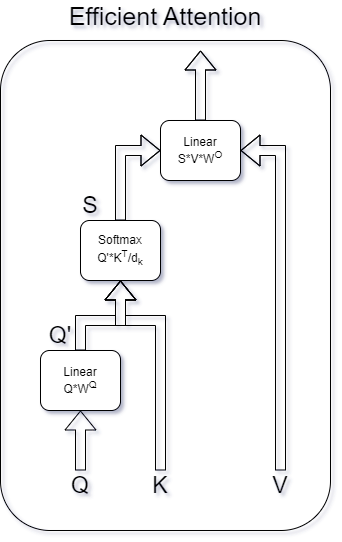
RiccardoBravin/tiny-LLM keeps this draw.io diagram as Images/Efficient Attention.drawio.png. Above is the earlier version. Source tidied: cells renumbered, new cells last; positions are measured from the earlier drawing's top-left corner, leaving out a move shared by most shapes. Source of this version:
```xml
<mxGraphModel>
  <root>
    <mxCell id="0" />
    <mxCell id="1" parent="0" />
    <mxCell id="2" style="shape=flexArrow;endArrow=classic;html=1;rounded=0;" parent="1" edge="1" source="12">
      <mxGeometry relative="1" as="geometry">
        <mxPoint x="80" y="390" as="targetPoint" />
      </mxGeometry>
    </mxCell>
    <mxCell id="3" style="shape=flexArrow;endArrow=classic;html=1;rounded=0;entryX=0.5;entryY=1;entryDx=0;entryDy=0;" parent="1" edge="1" target="9">
      <mxGeometry relative="1" as="geometry">
        <mxPoint x="160" y="470" as="sourcePoint" />
        <Array as="points">
          <mxPoint x="160" y="320" />
          <mxPoint x="120" y="320" />
        </Array>
      </mxGeometry>
    </mxCell>
    <mxCell id="4" style="shape=flexArrow;endArrow=classic;html=1;rounded=0;entryX=1;entryY=0.5;entryDx=0;entryDy=0;" parent="1" edge="1" target="14">
      <mxGeometry relative="1" as="geometry">
        <mxPoint x="280" y="470" as="sourcePoint" />
        <Array as="points">
          <mxPoint x="280" y="150" />
        </Array>
      </mxGeometry>
    </mxCell>
    <mxCell id="5" value="&lt;font style=&quot;font-size: 23px;&quot;&gt;Q&lt;/font&gt;" style="text;html=1;align=center;verticalAlign=middle;whiteSpace=wrap;rounded=0;" parent="1" vertex="1">
      <mxGeometry x="60" y="470" width="40" height="30" as="geometry" />
    </mxCell>
    <mxCell id="6" value="&lt;font style=&quot;font-size: 23px;&quot;&gt;K&lt;/font&gt;" style="text;html=1;align=center;verticalAlign=middle;whiteSpace=wrap;rounded=0;" parent="1" vertex="1">
      <mxGeometry x="140" y="470" width="40" height="30" as="geometry" />
    </mxCell>
    <mxCell id="7" value="&lt;font style=&quot;font-size: 23px;&quot;&gt;V&lt;/font&gt;" style="text;html=1;align=center;verticalAlign=middle;whiteSpace=wrap;rounded=0;" parent="1" vertex="1">
      <mxGeometry x="260" y="470" width="40" height="30" as="geometry" />
    </mxCell>
    <mxCell id="8" style="edgeStyle=orthogonalEdgeStyle;rounded=0;jettySize=auto;html=1;entryX=0;entryY=0.5;entryDx=0;entryDy=0;shape=flexArrow;" parent="1" edge="1" source="9" target="14">
      <mxGeometry relative="1" as="geometry" />
    </mxCell>
    <mxCell id="9" value="&lt;font style=&quot;font-size: 12px;&quot;&gt;Softmax&lt;br&gt;Q'*K&lt;sup&gt;T&lt;/sup&gt;&lt;span style=&quot;background-color: initial;&quot;&gt;&lt;font style=&quot;font-size: 12px;&quot;&gt;/d&lt;sub style=&quot;&quot;&gt;k&lt;/sub&gt;&lt;/font&gt;&lt;/span&gt;&lt;/font&gt;" style="rounded=1;whiteSpace=wrap;html=1;" parent="1" vertex="1">
      <mxGeometry x="80" y="220" width="80" height="60" as="geometry" />
    </mxCell>
    <mxCell id="10" style="shape=flexArrow;endArrow=classic;html=1;rounded=0;" parent="1" edge="1" target="12">
      <mxGeometry relative="1" as="geometry">
        <mxPoint x="80" y="470" as="sourcePoint" />
      </mxGeometry>
    </mxCell>
    <mxCell id="11" style="edgeStyle=orthogonalEdgeStyle;rounded=0;jettySize=auto;html=1;entryX=0.5;entryY=1;entryDx=0;entryDy=0;shape=flexArrow;" parent="1" edge="1" source="12" target="9">
      <mxGeometry relative="1" as="geometry">
        <Array as="points">
          <mxPoint x="80" y="320" />
          <mxPoint x="120" y="320" />
        </Array>
      </mxGeometry>
    </mxCell>
    <mxCell id="12" value="Linear&lt;br&gt;Q*W&lt;sup&gt;Q&lt;/sup&gt;" style="rounded=1;whiteSpace=wrap;html=1;" parent="1" vertex="1">
      <mxGeometry x="40" y="350" width="80" height="60" as="geometry" />
    </mxCell>
    <mxCell id="13" style="edgeStyle=orthogonalEdgeStyle;rounded=0;jettySize=auto;html=1;shape=flexArrow;" parent="1" edge="1" source="14">
      <mxGeometry relative="1" as="geometry">
        <mxPoint x="200" y="50" as="targetPoint" />
      </mxGeometry>
    </mxCell>
    <mxCell id="14" value="Linear&lt;br&gt;S*V*W&lt;sup&gt;O&lt;/sup&gt;" style="rounded=1;whiteSpace=wrap;html=1;" parent="1" vertex="1">
      <mxGeometry x="160" y="120" width="80" height="60" as="geometry" />
    </mxCell>
    <mxCell id="15" value="&lt;font style=&quot;font-size: 23px;&quot;&gt;S&lt;/font&gt;" style="text;html=1;align=center;verticalAlign=middle;whiteSpace=wrap;rounded=0;" parent="1" vertex="1">
      <mxGeometry x="70" y="190" width="40" height="30" as="geometry" />
    </mxCell>
    <mxCell id="16" value="&lt;font style=&quot;font-size: 23px;&quot;&gt;Q'&lt;/font&gt;" style="text;html=1;align=center;verticalAlign=middle;whiteSpace=wrap;rounded=0;" parent="1" vertex="1">
      <mxGeometry x="40" y="320" width="40" height="30" as="geometry" />
    </mxCell>
    <mxCell id="17" style="rounded=1;whiteSpace=wrap;html=1;fillColor=none;" parent="1" vertex="1">
      <mxGeometry y="40" width="330" height="490" as="geometry" />
    </mxCell>
    <mxCell id="18" value="&lt;font style=&quot;font-size: 25px;&quot;&gt;Efficient Attention&lt;/font&gt;" style="text;html=1;align=center;verticalAlign=middle;whiteSpace=wrap;rounded=0;" parent="1" vertex="1">
      <mxGeometry x="50" width="230" height="30" as="geometry" />
    </mxCell>
  </root>
</mxGraphModel>
```
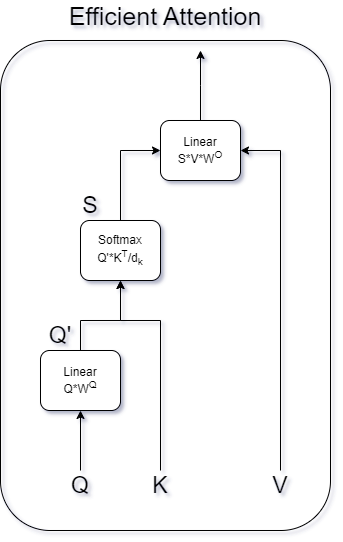
The same file after the commit.

What changed in the source:
```diff
@@ -2,12 +2,15 @@
   <root>
     <mxCell id="0" />
     <mxCell id="1" parent="0" />
+    <mxCell id="17" style="rounded=1;whiteSpace=wrap;html=1;fillColor=none;" parent="1" vertex="1">
+      <mxGeometry y="40" width="330" height="490" as="geometry" />
+    </mxCell>
     <mxCell id="2" style="shape=flexArrow;endArrow=classic;html=1;rounded=0;" parent="1" edge="1" source="12">
       <mxGeometry relative="1" as="geometry">
         <mxPoint x="80" y="390" as="targetPoint" />
       </mxGeometry>
     </mxCell>
-    <mxCell id="3" style="shape=flexArrow;endArrow=classic;html=1;rounded=0;entryX=0.5;entryY=1;entryDx=0;entryDy=0;" parent="1" edge="1" target="9">
+    <mxCell id="3" style="endArrow=classic;html=1;rounded=0;entryX=0.5;entryY=1;entryDx=0;entryDy=0;" parent="1" edge="1" target="9">
       <mxGeometry relative="1" as="geometry">
         <mxPoint x="160" y="470" as="sourcePoint" />
         <Array as="points">
@@ -16,7 +19,7 @@
         </Array>
       </mxGeometry>
     </mxCell>
-    <mxCell id="4" style="shape=flexArrow;endArrow=classic;html=1;rounded=0;entryX=1;entryY=0.5;entryDx=0;entryDy=0;" parent="1" edge="1" target="14">
+    <mxCell id="4" style="endArrow=classic;html=1;rounded=0;entryX=1;entryY=0.5;entryDx=0;entryDy=0;" parent="1" edge="1" target="14">
       <mxGeometry relative="1" as="geometry">
         <mxPoint x="280" y="470" as="sourcePoint" />
         <Array as="points">
@@ -33,18 +36,18 @@
     <mxCell id="7" value="&lt;font style=&quot;font-size: 23px;&quot;&gt;V&lt;/font&gt;" style="text;html=1;align=center;verticalAlign=middle;whiteSpace=wrap;rounded=0;" parent="1" vertex="1">
       <mxGeometry x="260" y="470" width="40" height="30" as="geometry" />
     </mxCell>
-    <mxCell id="8" style="edgeStyle=orthogonalEdgeStyle;rounded=0;jettySize=auto;html=1;entryX=0;entryY=0.5;entryDx=0;entryDy=0;shape=flexArrow;" parent="1" edge="1" source="9" target="14">
+    <mxCell id="8" style="edgeStyle=orthogonalEdgeStyle;rounded=0;jettySize=auto;html=1;entryX=0;entryY=0.5;entryDx=0;entryDy=0;" parent="1" edge="1" source="9" target="14">
       <mxGeometry relative="1" as="geometry" />
     </mxCell>
     <mxCell id="9" value="&lt;font style=&quot;font-size: 12px;&quot;&gt;Softmax&lt;br&gt;Q'*K&lt;sup&gt;T&lt;/sup&gt;&lt;span style=&quot;background-color: initial;&quot;&gt;&lt;font style=&quot;font-size: 12px;&quot;&gt;/d&lt;sub style=&quot;&quot;&gt;k&lt;/sub&gt;&lt;/font&gt;&lt;/span&gt;&lt;/font&gt;" style="rounded=1;whiteSpace=wrap;html=1;" parent="1" vertex="1">
       <mxGeometry x="80" y="220" width="80" height="60" as="geometry" />
     </mxCell>
-    <mxCell id="10" style="shape=flexArrow;endArrow=classic;html=1;rounded=0;" parent="1" edge="1" target="12">
+    <mxCell id="10" style="endArrow=classic;html=1;rounded=0;" parent="1" edge="1" target="12">
       <mxGeometry relative="1" as="geometry">
         <mxPoint x="80" y="470" as="sourcePoint" />
       </mxGeometry>
     </mxCell>
-    <mxCell id="11" style="edgeStyle=orthogonalEdgeStyle;rounded=0;jettySize=auto;html=1;entryX=0.5;entryY=1;entryDx=0;entryDy=0;shape=flexArrow;" parent="1" edge="1" source="12" target="9">
+    <mxCell id="11" style="edgeStyle=orthogonalEdgeStyle;rounded=0;jettySize=auto;html=1;entryX=0.5;entryY=1;entryDx=0;entryDy=0;" parent="1" edge="1" source="12" target="9">
       <mxGeometry relative="1" as="geometry">
         <Array as="points">
           <mxPoint x="80" y="320" />
@@ -55,7 +58,7 @@
     <mxCell id="12" value="Linear&lt;br&gt;Q*W&lt;sup&gt;Q&lt;/sup&gt;" style="rounded=1;whiteSpace=wrap;html=1;" parent="1" vertex="1">
       <mxGeometry x="40" y="350" width="80" height="60" as="geometry" />
     </mxCell>
-    <mxCell id="13" style="edgeStyle=orthogonalEdgeStyle;rounded=0;jettySize=auto;html=1;shape=flexArrow;" parent="1" edge="1" source="14">
+    <mxCell id="13" style="edgeStyle=orthogonalEdgeStyle;rounded=0;jettySize=auto;html=1;" parent="1" edge="1" source="14">
       <mxGeometry relative="1" as="geometry">
         <mxPoint x="200" y="50" as="targetPoint" />
       </mxGeometry>
@@ -69,9 +72,6 @@
     <mxCell id="16" value="&lt;font style=&quot;font-size: 23px;&quot;&gt;Q'&lt;/font&gt;" style="text;html=1;align=center;verticalAlign=middle;whiteSpace=wrap;rounded=0;" parent="1" vertex="1">
       <mxGeometry x="40" y="320" width="40" height="30" as="geometry" />
     </mxCell>
-    <mxCell id="17" style="rounded=1;whiteSpace=wrap;html=1;fillColor=none;" parent="1" vertex="1">
-      <mxGeometry y="40" width="330" height="490" as="geometry" />
-    </mxCell>
     <mxCell id="18" value="&lt;font style=&quot;font-size: 25px;&quot;&gt;Efficient Attention&lt;/font&gt;" style="text;html=1;align=center;verticalAlign=middle;whiteSpace=wrap;rounded=0;" parent="1" vertex="1">
       <mxGeometry x="50" width="230" height="30" as="geometry" />
     </mxCell>
```
